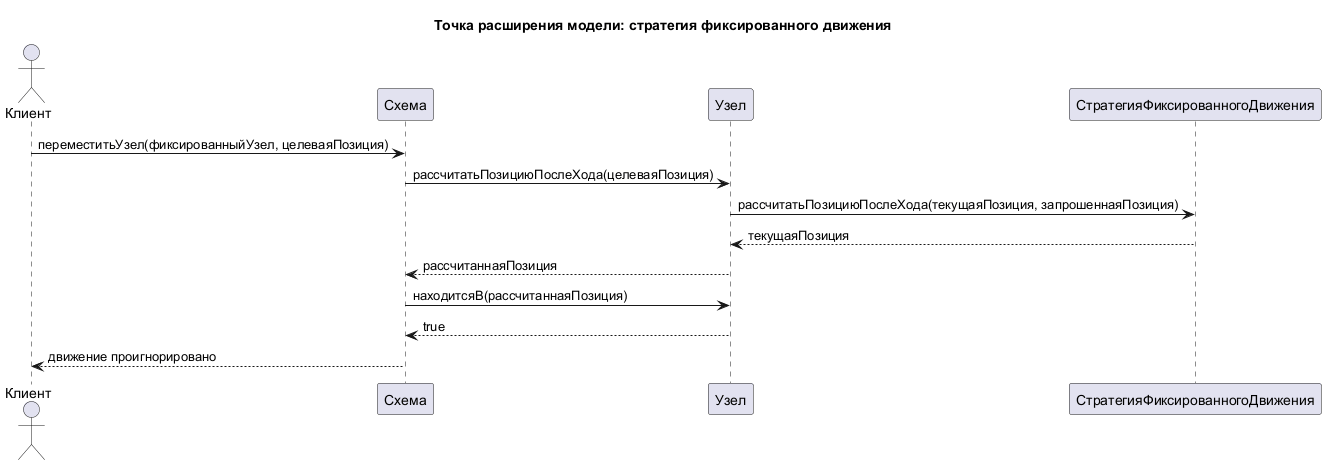
Before: diagrams/Point of extension/Model sequence diagrams/03 Fixed movement strategy.png, a diagram exported from PlantUML (dmitriyBreyfogel/Untangle).
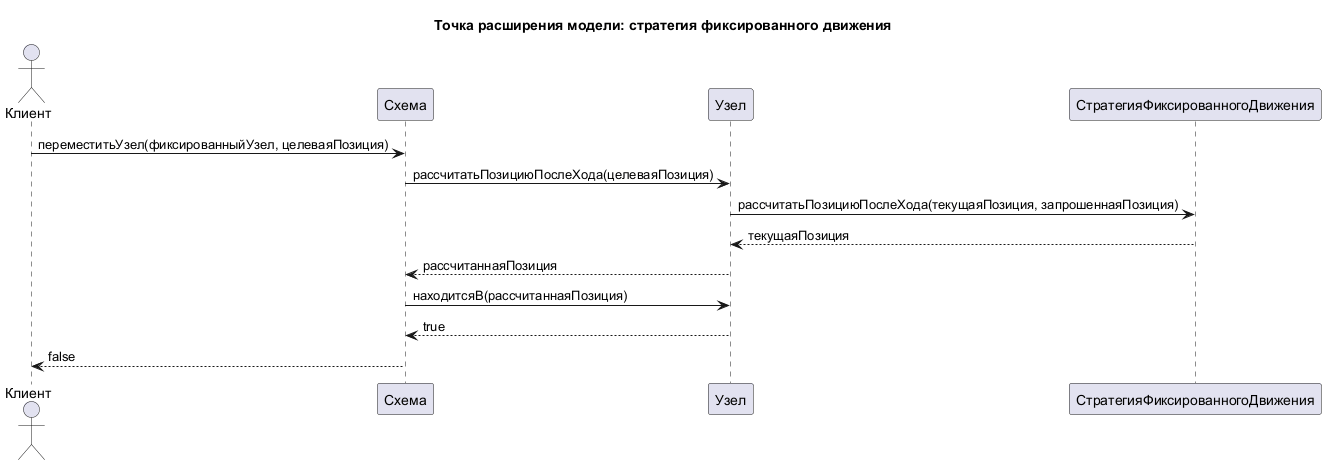
The same diagram one commit later.

The edit, as a diff of the source:
```diff
@@ -13,6 +13,6 @@
 Узел --> Схема : рассчитаннаяПозиция
 Схема -> Узел : находитсяВ(рассчитаннаяПозиция)
 Узел --> Схема : true
-Схема --> Клиент : движение проигнорировано
+Схема --> Клиент : false
 
 @enduml
```
